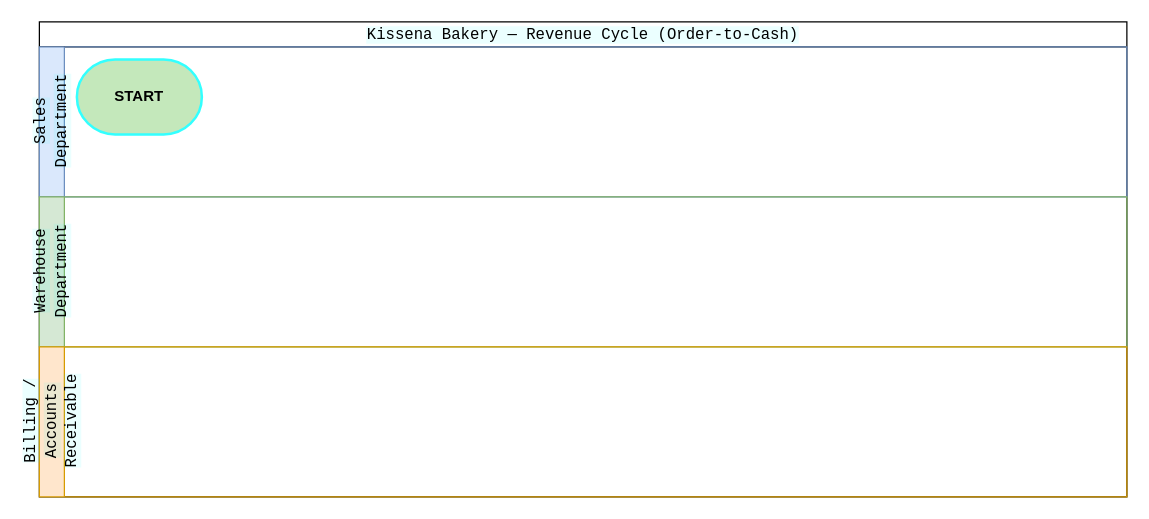
This is Revenue_Cycle_Controls.drawio from haydn3355/drawio, a draw.io file, before an edit. Source tidied: cells renumbered, new cells numbered last; positions are measured from the earlier drawing's top-left corner, leaving out a move shared by most shapes. Both pictures are drawn from the tidied source at 125%, with x=0, y=0 at pixel (39, 21).
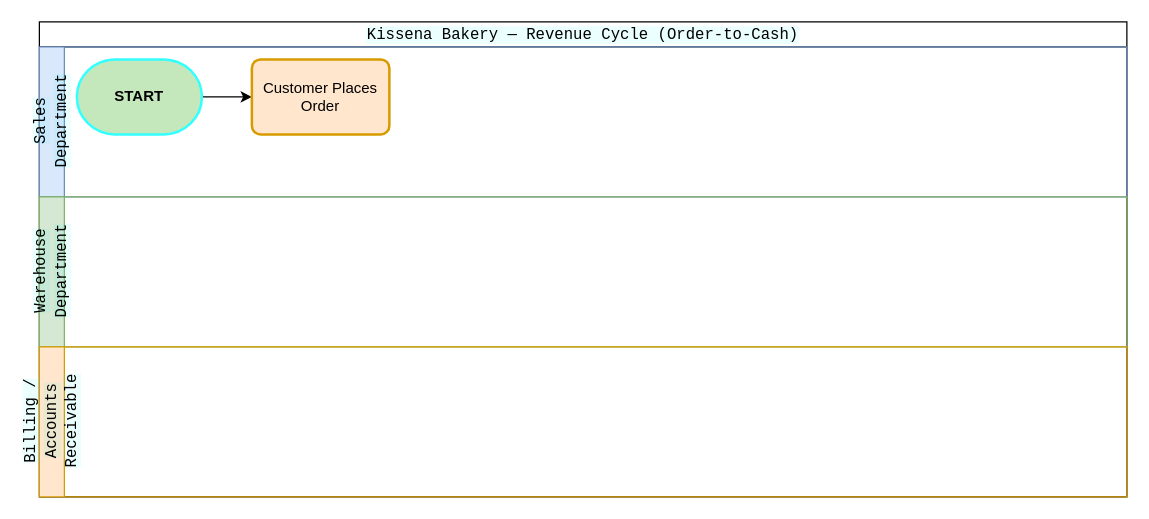
Above is the later version.

The edit, as a diff of the source:
```diff
@@
 <mxGraphModel>
   <root>
     <mxCell id="0" />
     <mxCell id="1" parent="0" />
     <mxCell id="2" value="&lt;span style=&quot;font-family: &amp;quot;Share Tech Mono&amp;quot;, monospace; font-size: 12.512px; font-weight: 400; text-align: start; background-color: rgba(0, 245, 255, 0.08);&quot;&gt;&lt;font style=&quot;color: rgb(0, 0, 0);&quot;&gt;Kissena Bakery — Revenue Cycle (Order-to-Cash)&lt;/font&gt;&lt;/span&gt;" style="swimlane;html=1;horizontal=1;startSize=20;whiteSpace=wrap;" parent="1" vertex="1">
       <mxGeometry width="870" height="380" as="geometry" />
     </mxCell>
     <mxCell id="3" value="&lt;span style=&quot;font-family: &amp;quot;Share Tech Mono&amp;quot;, monospace; font-size: 12.512px; font-weight: 400; text-align: start; text-wrap-mode: wrap; background-color: rgba(0, 245, 255, 0.08);&quot;&gt;&lt;font style=&quot;color: rgb(0, 0, 0);&quot;&gt;Sales Department&lt;/font&gt;&lt;/span&gt;" style="swimlane;html=1;startSize=20;horizontal=0;fillColor=#dae8fc;strokeColor=#6c8ebf;" parent="2" vertex="1">
       <mxGeometry y="20" width="870" height="120" as="geometry" />
     </mxCell>
+    <mxCell id="7" style="edgeStyle=orthogonalEdgeStyle;rounded=0;jettySize=auto;html=1;exitX=1;exitY=0.5;exitDx=0;exitDy=0;exitPerimeter=0;entryX=0;entryY=0.5;entryDx=0;entryDy=0;" parent="3" edge="1" source="4" target="8">
+      <mxGeometry relative="1" as="geometry" />
+    </mxCell>
     <mxCell id="4" value="&lt;b&gt;START&lt;/b&gt;" style="strokeWidth=2;html=1;shape=mxgraph.flowchart.terminator;whiteSpace=wrap;fillColor=#C4E8BB;strokeColor=#33FFFF;" parent="3" vertex="1">
       <mxGeometry x="30" y="10" width="100" height="60" as="geometry" />
     </mxCell>
+    <mxCell id="8" value="Customer Places Order" style="rounded=1;whiteSpace=wrap;html=1;absoluteArcSize=1;arcSize=14;strokeWidth=2;fillColor=#ffe6cc;strokeColor=#d79b00;" parent="3" vertex="1">
+      <mxGeometry x="170" y="10" width="110" height="60" as="geometry" />
+    </mxCell>
     <mxCell id="5" value="&lt;span style=&quot;font-family: &amp;quot;Share Tech Mono&amp;quot;, monospace; font-size: 12.512px; font-weight: 400; text-align: start; text-wrap-mode: wrap; background-color: rgba(0, 245, 255, 0.08);&quot;&gt;&lt;font style=&quot;color: rgb(0, 0, 0);&quot;&gt;Warehouse Department&lt;/font&gt;&lt;/span&gt;" style="swimlane;html=1;startSize=20;horizontal=0;fillColor=#d5e8d4;strokeColor=#82b366;" parent="2" vertex="1">
       <mxGeometry y="140" width="870" height="120" as="geometry" />
     </mxCell>
     <mxCell id="6" value="&lt;span style=&quot;font-family: &amp;quot;Share Tech Mono&amp;quot;, monospace; font-size: 12.512px; font-weight: 400; text-align: start; text-wrap-mode: wrap; background-color: rgba(0, 245, 255, 0.08);&quot;&gt;&lt;font style=&quot;color: rgb(0, 0, 0);&quot;&gt;Billing / Accounts Receivable&lt;/font&gt;&lt;/span&gt;" style="swimlane;html=1;startSize=20;horizontal=0;fillColor=#ffe6cc;strokeColor=#d79b00;" parent="2" vertex="1">
       <mxGeometry y="260" width="870" height="120" as="geometry" />
     </mxCell>
   </root>
 </mxGraphModel>
```
